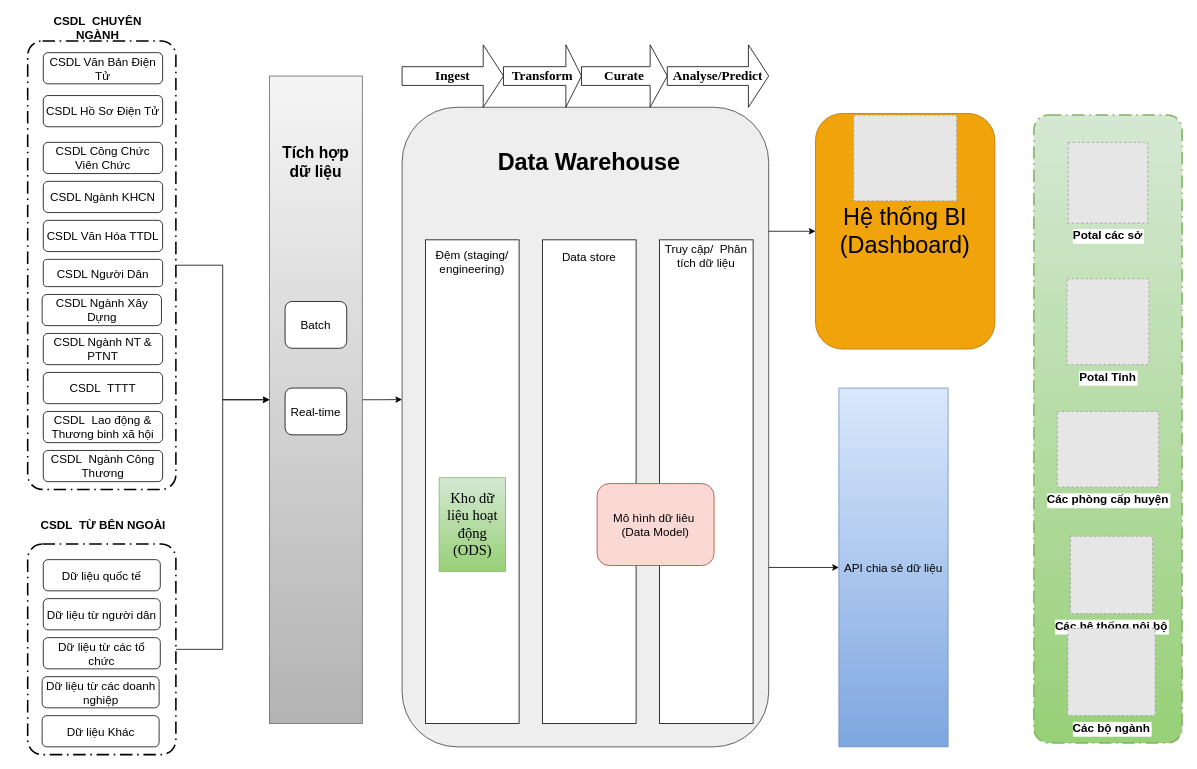
letheanh12345/Draw-io keeps this draw.io diagram as so-do-draw/kho_du_lieu.drawio. Above is the earlier version. Source tidied: cells renumbered, new cells numbered last; positions are measured from the earlier drawing's top-left corner, leaving out a move shared by most shapes. Both pictures are drawn from the tidied source at 78%, with x=0, y=0 at pixel (13, 13). Pictures stored in the file or linked from it are replaced by grey dashed boxes.
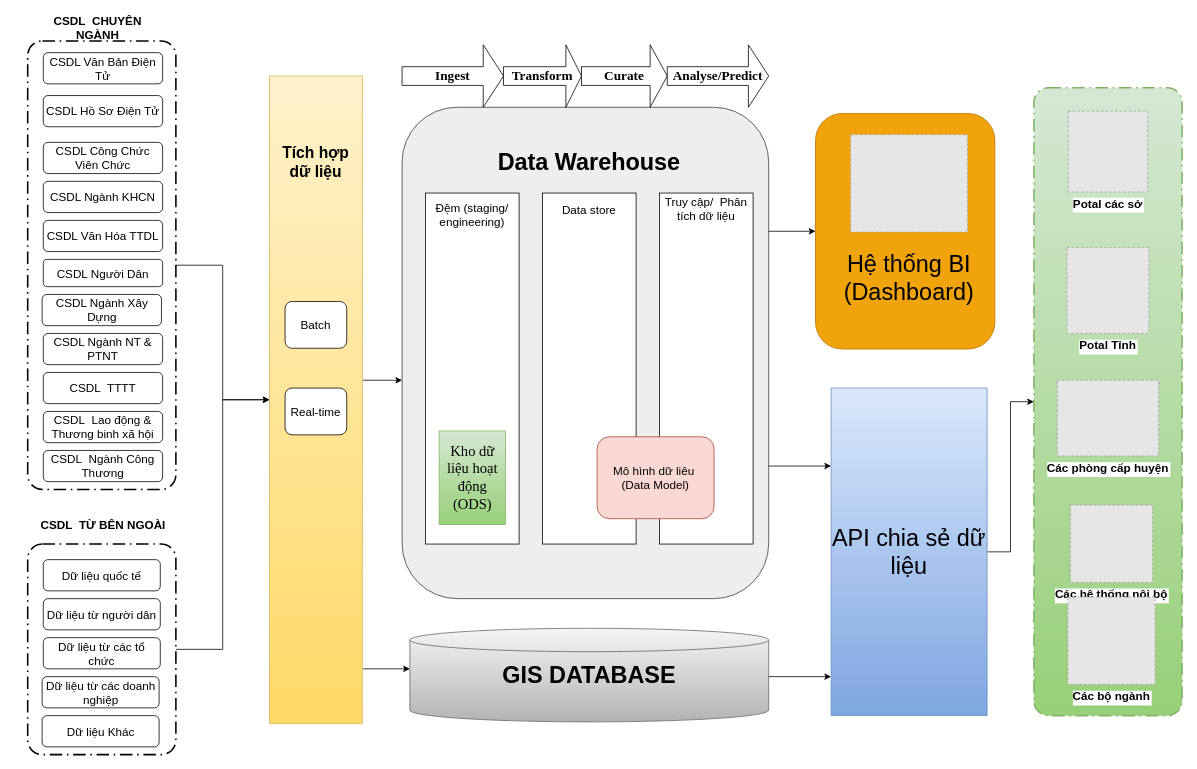
The same page after the edit.

The edit, as a diff of the source:
```diff
@@
     <mxCell id="4" style="rounded=1;whiteSpace=wrap;html=1;fillColor=#eeeeee;strokeColor=#36393d;" parent="1" vertex="1">
-      <mxGeometry x="498" y="120" width="470" height="820" as="geometry" />
+      <mxGeometry x="498" y="120" width="470" height="630" as="geometry" />
     </mxCell>
@@
-    <mxCell id="10" style="edgeStyle=orthogonalEdgeStyle;rounded=0;jettySize=auto;html=1;entryX=0;entryY=0.457;entryDx=0;entryDy=0;entryPerimeter=0;" parent="1" edge="1" source="11" target="4">
-      <mxGeometry relative="1" as="geometry" />
-    </mxCell>
-    <mxCell id="11" style="rounded=0;whiteSpace=wrap;html=1;fontSize=15;fillColor=#f5f5f5;gradientColor=#b3b3b3;strokeColor=#666666;" parent="1" vertex="1">
+    <mxCell id="11" style="rounded=0;whiteSpace=wrap;html=1;fontSize=15;fillColor=#fff2cc;gradientColor=#ffd966;strokeColor=#d6b656;" parent="1" vertex="1">
       <mxGeometry x="328" y="80" width="119" height="830" as="geometry" />
     </mxCell>
@@
     <mxCell id="15" style="rounded=0;whiteSpace=wrap;html=1;fontSize=15;" parent="1" vertex="1">
-      <mxGeometry x="528" y="290" width="120" height="620" as="geometry" />
+      <mxGeometry x="528" y="230" width="120" height="450" as="geometry" />
     </mxCell>
     <mxCell id="16" value="Đệm (staging/ engineering)" style="text;html=1;strokeColor=none;fillColor=none;align=center;verticalAlign=middle;whiteSpace=wrap;rounded=0;fontSize=15;" parent="1" vertex="1">
-      <mxGeometry x="533" y="295" width="110" height="45" as="geometry" />
+      <mxGeometry x="533" y="235" width="110" height="45" as="geometry" />
     </mxCell>
     <mxCell id="17" value="&lt;span style=&quot;font-size:14.0pt;font-family:&amp;quot;Times New Roman&amp;quot;,serif;&lt;br/&gt;mso-fareast-font-family:&amp;quot;Times New Roman&amp;quot;;mso-ansi-language:EN-US;mso-fareast-language:&lt;br/&gt;EN-US;mso-bidi-language:AR-SA&quot;&gt;Kho dữ liệu hoạt động (ODS)&lt;/span&gt;" style="rounded=0;whiteSpace=wrap;html=1;fontSize=15;fillColor=#d5e8d4;gradientColor=#97d077;strokeColor=#82b366;" parent="1" vertex="1">
-      <mxGeometry x="545.5" y="595" width="85" height="120" as="geometry" />
+      <mxGeometry x="545.5" y="535" width="85" height="120" as="geometry" />
     </mxCell>
     <mxCell id="18" style="rounded=0;whiteSpace=wrap;html=1;fontSize=20;" parent="1" vertex="1">
-      <mxGeometry x="678" y="290" width="120" height="620" as="geometry" />
+      <mxGeometry x="678" y="230" width="120" height="450" as="geometry" />
     </mxCell>
     <mxCell id="19" value="&lt;font style=&quot;font-size: 15px;&quot;&gt;Data store&lt;/font&gt;" style="text;html=1;strokeColor=none;fillColor=none;align=center;verticalAlign=middle;whiteSpace=wrap;rounded=0;fontSize=20;" parent="1" vertex="1">
-      <mxGeometry x="678" y="295" width="120" height="30" as="geometry" />
+      <mxGeometry x="678" y="235" width="120" height="30" as="geometry" />
     </mxCell>
     <mxCell id="20" style="rounded=0;whiteSpace=wrap;html=1;fontSize=15;" parent="1" vertex="1">
-      <mxGeometry x="828" y="290" width="120" height="620" as="geometry" />
+      <mxGeometry x="828" y="230" width="120" height="450" as="geometry" />
     </mxCell>
     <mxCell id="21" value="Truy cập/&amp;nbsp; Phân tích dữ liệu" style="text;html=1;strokeColor=none;fillColor=none;align=center;verticalAlign=middle;whiteSpace=wrap;rounded=0;fontSize=15;" parent="1" vertex="1">
-      <mxGeometry x="828" y="295" width="120" height="30" as="geometry" />
+      <mxGeometry x="828" y="235" width="120" height="30" as="geometry" />
     </mxCell>
     <mxCell id="22" value="Mô hình dữ liêu&amp;nbsp; (Data Model)" style="rounded=1;whiteSpace=wrap;html=1;fontSize=15;fillColor=#fad9d5;strokeColor=#ae4132;" parent="1" vertex="1">
-      <mxGeometry x="748" y="602.5" width="150" height="105" as="geometry" />
+      <mxGeometry x="748" y="542.5" width="150" height="105" as="geometry" />
     </mxCell>
@@
-    <mxCell id="36" value="&lt;font style=&quot;font-size: 30px;&quot;&gt;Hệ thống BI (Dashboard)&lt;/font&gt;" style="rounded=1;whiteSpace=wrap;html=1;fontSize=15;fillColor=#f0a30a;fontColor=#000000;strokeColor=#BD7000;" parent="1" vertex="1">
+    <mxCell id="36" style="rounded=1;whiteSpace=wrap;html=1;fontSize=15;fillColor=#f0a30a;fontColor=#000000;strokeColor=#BD7000;" parent="1" vertex="1">
       <mxGeometry x="1028" y="128" width="230" height="302" as="geometry" />
     </mxCell>
@@
     <mxCell id="45" style="endArrow=classic;html=1;rounded=0;fontSize=30;" parent="1" edge="1">
       <mxGeometry relative="1" as="geometry">
-        <mxPoint x="968" y="710" as="sourcePoint" />
-        <mxPoint x="1058" y="710" as="targetPoint" />
+        <mxPoint x="968" y="580" as="sourcePoint" />
+        <mxPoint x="1048" y="580" as="targetPoint" />
       </mxGeometry>
     </mxCell>
     <mxCell id="46" style="points=[[0.25,0,0],[0.5,0,0],[0.75,0,0],[1,0.25,0],[1,0.5,0],[1,0.75,0],[0.75,1,0],[0.5,1,0],[0.25,1,0],[0,0.75,0],[0,0.5,0],[0,0.25,0]];rounded=1;arcSize=10;dashed=1;strokeColor=#82b366;fillColor=#d5e8d4;gradientColor=#97d077;dashPattern=8 3 1 3;strokeWidth=2;fontStyle=1;fontSize=20;" parent="1" vertex="1">
-      <mxGeometry x="1308" y="130" width="190" height="805" as="geometry" />
+      <mxGeometry x="1308" y="95" width="190" height="805" as="geometry" />
     </mxCell>
+    <mxCell id="54" style="edgeStyle=orthogonalEdgeStyle;rounded=0;jettySize=auto;html=1;fontSize=15;" parent="1" edge="1" source="47" target="46">
+      <mxGeometry relative="1" as="geometry" />
+    </mxCell>
-    <mxCell id="47" value="API chia sẻ dữ liệu" style="rounded=0;whiteSpace=wrap;html=1;fontSize=15;fillColor=#dae8fc;gradientColor=#7ea6e0;strokeColor=#6c8ebf;" parent="1" vertex="1">
-      <mxGeometry x="1058" y="480" width="140" height="460" as="geometry" />
+    <mxCell id="47" value="&lt;font style=&quot;font-size: 30px;&quot;&gt;API chia sẻ dữ liệu&lt;/font&gt;" style="rounded=0;whiteSpace=wrap;html=1;fontSize=15;fillColor=#dae8fc;gradientColor=#7ea6e0;strokeColor=#6c8ebf;" parent="1" vertex="1">
+      <mxGeometry x="1048" y="480" width="200" height="420" as="geometry" />
     </mxCell>
     <mxCell id="48" value="Potal các sở" style="fillColor=#E6E6E6;strokeColor=#999999;dashed=1;verticalLabelPosition=bottom;labelBackgroundColor=default;verticalAlign=top;fontStyle=1;fontSize=15;" parent="1" vertex="1">
-      <mxGeometry x="1352" y="165" width="102" height="103.6" as="geometry" />
+      <mxGeometry x="1352" y="125" width="102" height="103.6" as="geometry" />
     </mxCell>
     <mxCell id="49" value="Potal Tỉnh" style="fillColor=#E6E6E6;strokeColor=#999999;dashed=1;verticalLabelPosition=bottom;labelBackgroundColor=default;verticalAlign=top;fontStyle=1;fontSize=15;" parent="1" vertex="1">
-      <mxGeometry x="1350.4" y="340" width="105.1" height="110" as="geometry" />
+      <mxGeometry x="1350.4" y="300" width="105.1" height="110" as="geometry" />
     </mxCell>
     <mxCell id="50" value="Các phòng cấp huyện" style="fillColor=#E6E6E6;strokeColor=#999999;dashed=1;verticalLabelPosition=bottom;labelBackgroundColor=default;verticalAlign=top;fontStyle=1;fontSize=15;" parent="1" vertex="1">
-      <mxGeometry x="1338" y="510" width="130" height="97" as="geometry" />
+      <mxGeometry x="1338" y="470" width="130" height="97" as="geometry" />
     </mxCell>
     <mxCell id="51" value="Các hệ thống nội bộ" style="fillColor=#E6E6E6;strokeColor=#999999;dashed=1;verticalLabelPosition=bottom;labelBackgroundColor=default;verticalAlign=top;fontStyle=1;fontSize=15;" parent="1" vertex="1">
-      <mxGeometry x="1354.8" y="670" width="105.5" height="99.2" as="geometry" />
+      <mxGeometry x="1354.8" y="630" width="105.5" height="99.2" as="geometry" />
     </mxCell>
     <mxCell id="52" style="fillColor=#E6E6E6;strokeColor=#999999;dashed=1;verticalLabelPosition=bottom;labelBackgroundColor=default;verticalAlign=top;" parent="1" vertex="1">
-      <mxGeometry x="1077" y="130.1" width="132" height="109.9" as="geometry" />
+      <mxGeometry x="1073" y="155.1" width="150" height="124.9" as="geometry" />
     </mxCell>
     <mxCell id="53" value="Các bộ ngành" style="fillColor=#E6E6E6;strokeColor=#999999;dashed=1;verticalLabelPosition=bottom;labelBackgroundColor=default;verticalAlign=top;fontStyle=1;fontSize=15;" parent="1" vertex="1">
-      <mxGeometry x="1351.5" y="788" width="112" height="112" as="geometry" />
+      <mxGeometry x="1351.5" y="748" width="112" height="112" as="geometry" />
     </mxCell>
+    <mxCell id="55" style="shape=cylinder3;whiteSpace=wrap;html=1;boundedLbl=1;backgroundOutline=1;size=15;fontSize=15;fillColor=#f5f5f5;gradientColor=#b3b3b3;strokeColor=#666666;" parent="1" vertex="1">
+      <mxGeometry x="508" y="788" width="460" height="120" as="geometry" />
+    </mxCell>
+    <mxCell id="56" value="&lt;font size=&quot;1&quot; style=&quot;&quot;&gt;&lt;b style=&quot;font-size: 30px;&quot;&gt;GIS DATABASE&lt;/b&gt;&lt;/font&gt;" style="text;html=1;strokeColor=none;fillColor=none;align=center;verticalAlign=middle;whiteSpace=wrap;rounded=0;" parent="1" vertex="1">
+      <mxGeometry x="523" y="833" width="430" height="30" as="geometry" />
+    </mxCell>
+    <mxCell id="57" style="endArrow=classic;html=1;rounded=0;fontSize=30;" parent="1" edge="1">
+      <mxGeometry relative="1" as="geometry">
+        <mxPoint x="448" y="470" as="sourcePoint" />
+        <mxPoint x="498" y="470" as="targetPoint" />
+      </mxGeometry>
+    </mxCell>
+    <mxCell id="58" style="endArrow=classic;html=1;rounded=0;fontSize=30;" parent="1" edge="1">
+      <mxGeometry relative="1" as="geometry">
+        <mxPoint x="448" y="840" as="sourcePoint" />
+        <mxPoint x="508" y="840" as="targetPoint" />
+      </mxGeometry>
+    </mxCell>
+    <mxCell id="59" value="Hệ thống BI (Dashboard)" style="text;html=1;strokeColor=none;fillColor=none;align=center;verticalAlign=middle;whiteSpace=wrap;rounded=0;fontSize=30;" parent="1" vertex="1">
+      <mxGeometry x="1068" y="307" width="160" height="63" as="geometry" />
+    </mxCell>
+    <mxCell id="60" style="endArrow=classic;html=1;rounded=0;fontSize=30;" parent="1" edge="1">
+      <mxGeometry relative="1" as="geometry">
+        <mxPoint x="968" y="850" as="sourcePoint" />
+        <mxPoint x="1048" y="850" as="targetPoint" />
+      </mxGeometry>
+    </mxCell>
```
